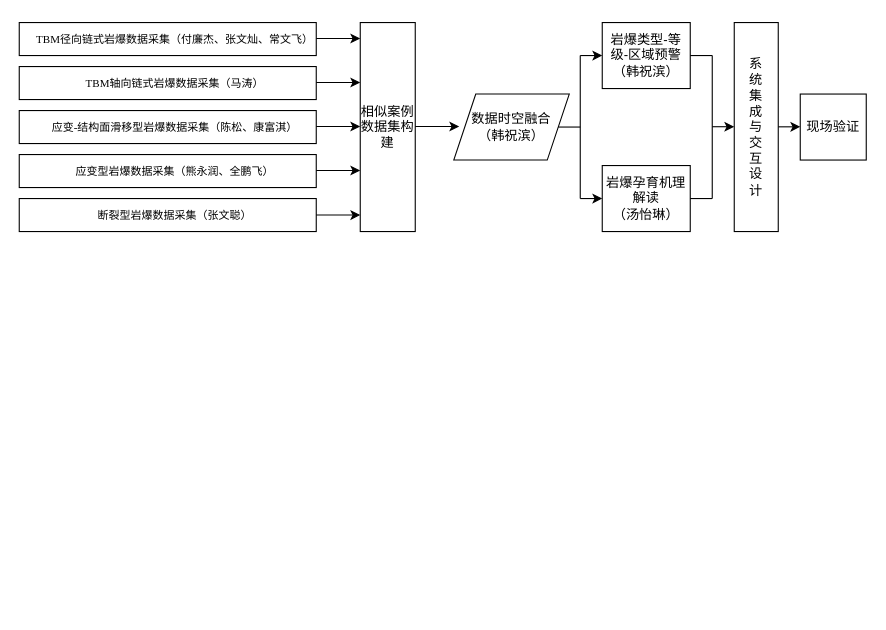
Before: 技术路线-机理大模型.drawio in hzb29/hzb29, a draw.io diagram. Source tidied: cells renumbered, new cells numbered last; positions are measured from the earlier drawing's top-left corner, leaving out a move shared by most shapes. Both pictures are drawn from the tidied source at 110%, with x=0, y=0 at pixel (19, 22).
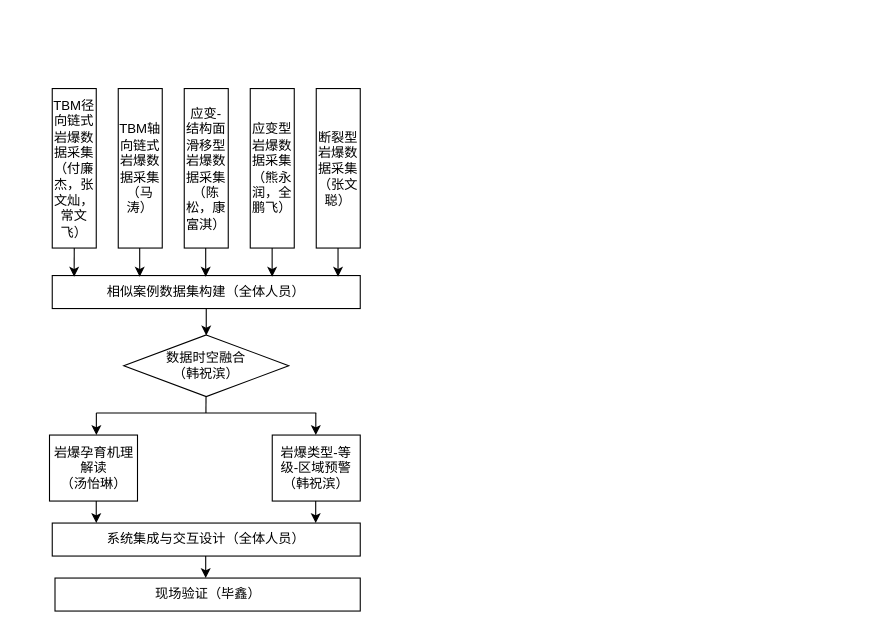
The same page after the edit.

Commit message:
更新技术路线-机理大模型.drawio

Change to the diagram source:
```diff
@@
-    <mxCell id="2" value="相似案例数据集构建" style="rounded=0;whiteSpace=wrap;html=1;" parent="1" vertex="1">
-      <mxGeometry x="310" width="50" height="190" as="geometry" />
+    <mxCell id="2" value="&lt;font face=&quot;仿宋_GB2312&quot;&gt;相似案例数据集构建（全体人员）&lt;/font&gt;" style="rounded=0;whiteSpace=wrap;html=1;" parent="1" vertex="1">
+      <mxGeometry x="30" y="230" width="280" height="30" as="geometry" />
     </mxCell>
-    <mxCell id="3" value="&lt;p style=&quot;margin: 0pt 0pt 0.0001pt; text-indent: 10pt; text-align: justify; line-height: 28pt; font-family: &amp;quot;Times New Roman&amp;quot;;&quot; class=&quot;MsoNormal&quot;&gt;&lt;font style=&quot;font-size: 10px;&quot;&gt;&lt;font&gt;&lt;font&gt;&lt;span style=&quot;font-family: 仿宋_GB2312;&quot;&gt;&lt;font face=&quot;Times New Roman&quot;&gt;TBM&lt;/font&gt;&lt;font face=&quot;仿宋_GB2312&quot;&gt;径向链式&lt;/font&gt;&lt;/span&gt;&lt;/font&gt;&lt;span style=&quot;text-indent: 10pt; font-family: 仿宋_GB2312;&quot;&gt;&lt;font face=&quot;仿宋_GB2312&quot;&gt;岩爆&lt;/font&gt;&lt;/span&gt;&lt;span style=&quot;text-indent: 10pt; font-family: 仿宋_GB2312;&quot;&gt;&lt;font face=&quot;仿宋_GB2312&quot;&gt;数据采集（&lt;/font&gt;&lt;/span&gt;&lt;/font&gt;&lt;span style=&quot;font-family: 仿宋_GB2312; text-indent: 10pt;&quot;&gt;付廉杰、张文灿、常文飞）&lt;/span&gt;&lt;/font&gt;&lt;/p&gt;" style="rounded=0;whiteSpace=wrap;html=1;" parent="1" vertex="1">
-      <mxGeometry width="270" height="30" as="geometry" />
-    </mxCell>
-    <mxCell id="4" value="&lt;p style=&quot;margin: 0pt 0pt 0.0001pt; text-indent: 10pt; text-align: justify; line-height: 28pt; font-family: &amp;quot;Times New Roman&amp;quot;;&quot; class=&quot;MsoNormal&quot;&gt;&lt;font style=&quot;font-size: 10px;&quot;&gt;&lt;font&gt;&lt;font&gt;&lt;span style=&quot;font-family: 仿宋_GB2312;&quot;&gt;&lt;font face=&quot;Times New Roman&quot;&gt;TBM轴&lt;/font&gt;&lt;font face=&quot;仿宋_GB2312&quot;&gt;向链式&lt;/font&gt;&lt;/span&gt;&lt;/font&gt;&lt;span style=&quot;text-indent: 10pt; font-family: 仿宋_GB2312;&quot;&gt;&lt;font face=&quot;仿宋_GB2312&quot;&gt;岩爆&lt;/font&gt;&lt;/span&gt;&lt;span style=&quot;text-indent: 10pt; font-family: 仿宋_GB2312;&quot;&gt;&lt;font face=&quot;仿宋_GB2312&quot;&gt;数据采集（马涛&lt;/font&gt;&lt;/span&gt;&lt;/font&gt;&lt;span style=&quot;font-family: 仿宋_GB2312; text-indent: 10pt;&quot;&gt;）&lt;/span&gt;&lt;/font&gt;&lt;/p&gt;" style="rounded=0;whiteSpace=wrap;html=1;" parent="1" vertex="1">
-      <mxGeometry y="40" width="270" height="30" as="geometry" />
-    </mxCell>
-    <mxCell id="5" value="&lt;p style=&quot;margin: 0pt 0pt 0.0001pt; text-indent: 10pt; text-align: justify; line-height: 28pt; font-family: &amp;quot;Times New Roman&amp;quot;;&quot; class=&quot;MsoNormal&quot;&gt;&lt;font style=&quot;font-size: 10px;&quot;&gt;&lt;span style=&quot;font-family: 仿宋_GB2312;&quot;&gt;&lt;font face=&quot;仿宋_GB2312&quot;&gt;应变&lt;/font&gt;&lt;font face=&quot;Times New Roman&quot;&gt;-&lt;/font&gt;&lt;font face=&quot;仿宋_GB2312&quot;&gt;结构面滑移型岩爆&lt;/font&gt;&lt;/span&gt;&lt;span style=&quot;font-family: 仿宋_GB2312;&quot;&gt;&lt;font face=&quot;仿宋_GB2312&quot;&gt;数据采集（&lt;/font&gt;&lt;/span&gt;&lt;span style=&quot;font-family: 仿宋_GB2312; text-indent: 10pt;&quot;&gt;陈松、康富淇）&lt;/span&gt;&lt;/font&gt;&lt;/p&gt;" style="rounded=0;whiteSpace=wrap;html=1;" parent="1" vertex="1">
-      <mxGeometry y="80" width="270" height="30" as="geometry" />
-    </mxCell>
-    <mxCell id="6" value="&lt;p style=&quot;margin: 0pt 0pt 0.0001pt; text-indent: 10pt; text-align: justify; line-height: 28pt; font-family: &amp;quot;Times New Roman&amp;quot;;&quot; class=&quot;MsoNormal&quot;&gt;&lt;font style=&quot;font-size: 10px;&quot;&gt;&lt;span style=&quot;font-family: 仿宋_GB2312;&quot;&gt;&lt;font face=&quot;仿宋_GB2312&quot;&gt;应变型岩爆&lt;/font&gt;&lt;/span&gt;&lt;span style=&quot;font-family: 仿宋_GB2312;&quot;&gt;&lt;font face=&quot;仿宋_GB2312&quot;&gt;数据采集（&lt;/font&gt;&lt;/span&gt;&lt;span style=&quot;font-family: 仿宋_GB2312; text-indent: 10pt;&quot;&gt;熊永润、全鹏飞）&lt;/span&gt;&lt;/font&gt;&lt;/p&gt;" style="rounded=0;whiteSpace=wrap;html=1;" parent="1" vertex="1">
-      <mxGeometry y="120" width="270" height="30" as="geometry" />
-    </mxCell>
-    <mxCell id="7" value="&lt;p style=&quot;margin: 0pt 0pt 0.0001pt; text-indent: 10pt; text-align: justify; line-height: 28pt; font-family: &amp;quot;Times New Roman&amp;quot;;&quot; class=&quot;MsoNormal&quot;&gt;&lt;font style=&quot;font-size: 10px;&quot;&gt;&lt;span style=&quot;font-family: 仿宋_GB2312;&quot;&gt;&lt;font face=&quot;仿宋_GB2312&quot;&gt;断裂型岩爆&lt;/font&gt;&lt;/span&gt;&lt;span style=&quot;font-family: 仿宋_GB2312;&quot;&gt;&lt;font face=&quot;仿宋_GB2312&quot;&gt;数据采集（&lt;/font&gt;&lt;/span&gt;&lt;span style=&quot;font-family: 仿宋_GB2312; text-indent: 10pt;&quot;&gt;张文聪）&lt;/span&gt;&lt;/font&gt;&lt;/p&gt;" style="rounded=0;whiteSpace=wrap;html=1;" parent="1" vertex="1">
-      <mxGeometry y="160" width="270" height="30" as="geometry" />
-    </mxCell>
-    <mxCell id="8" style="endArrow=classic;html=1;rounded=0;exitX=1;exitY=0.5;exitDx=0;exitDy=0;" parent="1" edge="1" source="7">
-      <mxGeometry relative="1" as="geometry">
-        <mxPoint x="310" y="175" as="targetPoint" />
-      </mxGeometry>
-    </mxCell>
-    <mxCell id="9" style="endArrow=classic;html=1;rounded=0;exitX=1;exitY=0.5;exitDx=0;exitDy=0;" parent="1" edge="1">
-      <mxGeometry relative="1" as="geometry">
-        <mxPoint x="270" y="134.5" as="sourcePoint" />
-        <mxPoint x="310" y="134.5" as="targetPoint" />
-      </mxGeometry>
-    </mxCell>
-    <mxCell id="10" style="endArrow=classic;html=1;rounded=0;exitX=1;exitY=0.5;exitDx=0;exitDy=0;" parent="1" edge="1">
-      <mxGeometry relative="1" as="geometry">
-        <mxPoint x="270" y="94.5" as="sourcePoint" />
-        <mxPoint x="310" y="94.5" as="targetPoint" />
-      </mxGeometry>
-    </mxCell>
-    <mxCell id="11" style="endArrow=classic;html=1;rounded=0;exitX=1;exitY=0.5;exitDx=0;exitDy=0;" parent="1" edge="1">
-      <mxGeometry relative="1" as="geometry">
-        <mxPoint x="270" y="54.5" as="sourcePoint" />
-        <mxPoint x="310" y="54.5" as="targetPoint" />
-      </mxGeometry>
-    </mxCell>
-    <mxCell id="12" style="endArrow=classic;html=1;rounded=0;exitX=1;exitY=0.5;exitDx=0;exitDy=0;" parent="1" edge="1">
-      <mxGeometry relative="1" as="geometry">
-        <mxPoint x="270" y="14.5" as="sourcePoint" />
-        <mxPoint x="310" y="14.5" as="targetPoint" />
-      </mxGeometry>
-    </mxCell>
-    <mxCell id="13" value="数据时空融合&lt;div&gt;（韩祝滨）&lt;/div&gt;" style="shape=parallelogram;perimeter=parallelogramPerimeter;whiteSpace=wrap;html=1;fixedSize=1;" parent="1" vertex="1">
-      <mxGeometry x="395" y="65" width="105" height="60" as="geometry" />
-    </mxCell>
-    <mxCell id="14" style="endArrow=classic;html=1;rounded=0;exitX=1;exitY=0.5;exitDx=0;exitDy=0;" parent="1" edge="1">
+    <mxCell id="14" style="endArrow=classic;html=1;rounded=0;exitX=0.5;exitY=1;exitDx=0;exitDy=0;entryX=0.5;entryY=0;entryDx=0;entryDy=0;" parent="1" edge="1" source="2">
       <mxGeometry relative="1" as="geometry">
-        <mxPoint x="360" y="94.5" as="sourcePoint" />
-        <mxPoint x="400" y="94.5" as="targetPoint" />
+        <mxPoint x="170" y="284.5" as="targetPoint" />
       </mxGeometry>
     </mxCell>
-    <mxCell id="15" value="岩爆类型-等级-区域预警&lt;div&gt;（韩祝滨）&lt;/div&gt;" style="rounded=0;whiteSpace=wrap;html=1;" parent="1" vertex="1">
-      <mxGeometry x="530" width="80" height="60" as="geometry" />
+    <mxCell id="15" value="&lt;font face=&quot;仿宋_GB2312&quot;&gt;岩爆类型-等级-区域预警&lt;/font&gt;&lt;div&gt;&lt;font face=&quot;仿宋_GB2312&quot;&gt;（韩祝滨）&lt;/font&gt;&lt;/div&gt;" style="rounded=0;whiteSpace=wrap;html=1;" parent="1" vertex="1">
+      <mxGeometry x="230" y="375" width="80" height="60" as="geometry" />
     </mxCell>
-    <mxCell id="16" value="岩爆孕育机理解读&lt;div&gt;（汤怡琳）&lt;/div&gt;" style="rounded=0;whiteSpace=wrap;html=1;" parent="1" vertex="1">
-      <mxGeometry x="530" y="130" width="80" height="60" as="geometry" />
+    <mxCell id="16" value="&lt;font face=&quot;仿宋_GB2312&quot;&gt;岩爆孕育机理解读&lt;/font&gt;&lt;div&gt;&lt;font face=&quot;仿宋_GB2312&quot;&gt;（汤怡琳）&lt;/font&gt;&lt;/div&gt;" style="rounded=0;whiteSpace=wrap;html=1;" parent="1" vertex="1">
+      <mxGeometry x="27.5" y="375" width="80" height="60" as="geometry" />
     </mxCell>
-    <mxCell id="17" style="endArrow=classic;html=1;rounded=0;entryX=0;entryY=0.5;entryDx=0;entryDy=0;" parent="1" edge="1" target="15">
-      <mxGeometry relative="1" as="geometry">
-        <mxPoint x="510" y="30" as="sourcePoint" />
-      </mxGeometry>
-    </mxCell>
-    <mxCell id="18" style="endArrow=classic;html=1;rounded=0;entryX=0;entryY=0.5;entryDx=0;entryDy=0;" parent="1" edge="1">
-      <mxGeometry relative="1" as="geometry">
-        <mxPoint x="510" y="160" as="sourcePoint" />
-        <mxPoint x="530" y="160" as="targetPoint" />
-      </mxGeometry>
-    </mxCell>
-    <mxCell id="19" style="endArrow=none;html=1;rounded=0;" parent="1" edge="1">
-      <mxGeometry relative="1" as="geometry">
-        <mxPoint x="510" y="160" as="sourcePoint" />
-        <mxPoint x="510" y="30" as="targetPoint" />
-      </mxGeometry>
-    </mxCell>
-    <mxCell id="20" style="endArrow=none;html=1;rounded=0;exitX=1;exitY=0.5;exitDx=0;exitDy=0;" parent="1" edge="1" source="13">
-      <mxGeometry relative="1" as="geometry">
-        <mxPoint x="510" y="95" as="targetPoint" />
-      </mxGeometry>
-    </mxCell>
-    <mxCell id="21" value="系&lt;div&gt;统&lt;/div&gt;&lt;div&gt;集&lt;/div&gt;&lt;div&gt;成&lt;/div&gt;&lt;div&gt;与&lt;/div&gt;&lt;div&gt;交&lt;/div&gt;&lt;div&gt;互&lt;/div&gt;&lt;div&gt;设&lt;/div&gt;&lt;div&gt;计&lt;/div&gt;" style="rounded=0;whiteSpace=wrap;html=1;" parent="1" vertex="1">
-      <mxGeometry x="650" width="40" height="190" as="geometry" />
+    <mxCell id="21" value="&lt;font face=&quot;仿宋_GB2312&quot;&gt;系统集成与交互设计（全体人员）&lt;/font&gt;" style="rounded=0;whiteSpace=wrap;html=1;" parent="1" vertex="1">
+      <mxGeometry x="30" y="455" width="280" height="30" as="geometry" />
     </mxCell>
-    <mxCell id="22" style="endArrow=none;html=1;rounded=0;" parent="1" edge="1">
-      <mxGeometry relative="1" as="geometry">
-        <mxPoint x="630" y="160" as="sourcePoint" />
-        <mxPoint x="630" y="30" as="targetPoint" />
-      </mxGeometry>
-    </mxCell>
-    <mxCell id="23" style="endArrow=none;html=1;rounded=0;entryX=1;entryY=0.5;entryDx=0;entryDy=0;" parent="1" edge="1" target="15">
-      <mxGeometry relative="1" as="geometry">
-        <mxPoint x="630" y="30" as="sourcePoint" />
-      </mxGeometry>
-    </mxCell>
-    <mxCell id="24" style="endArrow=none;html=1;rounded=0;entryX=1;entryY=0.5;entryDx=0;entryDy=0;" parent="1" edge="1" target="16">
-      <mxGeometry relative="1" as="geometry">
-        <mxPoint x="630" y="160" as="sourcePoint" />
-      </mxGeometry>
-    </mxCell>
-    <mxCell id="25" style="endArrow=classic;html=1;rounded=0;entryX=0;entryY=0.5;entryDx=0;entryDy=0;" parent="1" edge="1">
-      <mxGeometry relative="1" as="geometry">
-        <mxPoint x="630" y="94.7" as="sourcePoint" />
-        <mxPoint x="650" y="94.7" as="targetPoint" />
-      </mxGeometry>
-    </mxCell>
-    <mxCell id="26" value="现场验证" style="rounded=0;whiteSpace=wrap;html=1;" parent="1" vertex="1">
-      <mxGeometry x="710" y="65" width="60" height="60" as="geometry" />
+    <mxCell id="26" value="&lt;font face=&quot;仿宋_GB2312&quot;&gt;现场验证（毕鑫）&lt;/font&gt;" style="rounded=0;whiteSpace=wrap;html=1;" parent="1" vertex="1">
+      <mxGeometry x="32.5" y="505" width="277.5" height="30" as="geometry" />
     </mxCell>
-    <mxCell id="27" style="endArrow=classic;html=1;rounded=0;entryX=0;entryY=0.5;entryDx=0;entryDy=0;" parent="1" edge="1">
+    <mxCell id="27" style="endArrow=classic;html=1;rounded=0;" parent="1" edge="1">
       <mxGeometry relative="1" as="geometry">
-        <mxPoint x="690" y="94.8" as="sourcePoint" />
-        <mxPoint x="710" y="94.8" as="targetPoint" />
+        <mxPoint x="269.5" y="435" as="sourcePoint" />
+        <mxPoint x="269.5" y="455" as="targetPoint" />
       </mxGeometry>
     </mxCell>
+    <mxCell id="28" value="&lt;font face=&quot;仿宋_GB2312&quot;&gt;TBM径向链式岩爆数据采集（付廉杰，张文灿，常文飞）&lt;/font&gt;" style="rounded=0;whiteSpace=wrap;html=1;" parent="1" vertex="1">
+      <mxGeometry x="30" y="60" width="40" height="145" as="geometry" />
+    </mxCell>
+    <mxCell id="29" value="&lt;font face=&quot;仿宋_GB2312&quot;&gt;TBM轴向链式岩爆数据采集（马涛）&lt;/font&gt;" style="rounded=0;whiteSpace=wrap;html=1;" parent="1" vertex="1">
+      <mxGeometry x="90" y="60" width="40" height="145" as="geometry" />
+    </mxCell>
+    <mxCell id="30" value="&lt;font face=&quot;仿宋_GB2312&quot;&gt;应变-结构面滑移型岩爆数据采集（陈松，康富淇）&lt;/font&gt;" style="rounded=0;whiteSpace=wrap;html=1;" parent="1" vertex="1">
+      <mxGeometry x="150" y="60" width="40" height="145" as="geometry" />
+    </mxCell>
+    <mxCell id="31" value="&lt;font face=&quot;仿宋_GB2312&quot;&gt;应变型岩爆数据采集（熊永润，全鹏飞）&lt;/font&gt;" style="rounded=0;whiteSpace=wrap;html=1;" parent="1" vertex="1">
+      <mxGeometry x="210" y="60" width="40" height="145" as="geometry" />
+    </mxCell>
+    <mxCell id="32" value="&lt;font face=&quot;仿宋_GB2312&quot;&gt;断裂型岩爆数据采集（张文聪）&lt;/font&gt;" style="rounded=0;whiteSpace=wrap;html=1;" parent="1" vertex="1">
+      <mxGeometry x="270" y="60" width="40" height="145" as="geometry" />
+    </mxCell>
+    <mxCell id="33" style="endArrow=classic;html=1;rounded=0;exitX=0.5;exitY=1;exitDx=0;exitDy=0;entryX=0.071;entryY=0.033;entryDx=0;entryDy=0;entryPerimeter=0;" parent="1" edge="1" source="28" target="2">
+      <mxGeometry relative="1" as="geometry" />
+    </mxCell>
+    <mxCell id="34" style="endArrow=classic;html=1;rounded=0;exitX=0.5;exitY=1;exitDx=0;exitDy=0;entryX=0.071;entryY=0.033;entryDx=0;entryDy=0;entryPerimeter=0;" parent="1" edge="1">
+      <mxGeometry relative="1" as="geometry">
+        <mxPoint x="109.5" y="205" as="sourcePoint" />
+        <mxPoint x="109.5" y="231" as="targetPoint" />
+      </mxGeometry>
+    </mxCell>
+    <mxCell id="35" style="endArrow=classic;html=1;rounded=0;exitX=0.5;exitY=1;exitDx=0;exitDy=0;entryX=0.071;entryY=0.033;entryDx=0;entryDy=0;entryPerimeter=0;" parent="1" edge="1">
+      <mxGeometry relative="1" as="geometry">
+        <mxPoint x="169.5" y="205" as="sourcePoint" />
+        <mxPoint x="169.5" y="231" as="targetPoint" />
+      </mxGeometry>
+    </mxCell>
+    <mxCell id="36" style="endArrow=classic;html=1;rounded=0;exitX=0.5;exitY=1;exitDx=0;exitDy=0;entryX=0.071;entryY=0.033;entryDx=0;entryDy=0;entryPerimeter=0;" parent="1" edge="1">
+      <mxGeometry relative="1" as="geometry">
+        <mxPoint x="229.9" y="205" as="sourcePoint" />
+        <mxPoint x="229.9" y="231" as="targetPoint" />
+      </mxGeometry>
+    </mxCell>
+    <mxCell id="37" style="endArrow=classic;html=1;rounded=0;exitX=0.5;exitY=1;exitDx=0;exitDy=0;entryX=0.071;entryY=0.033;entryDx=0;entryDy=0;entryPerimeter=0;" parent="1" edge="1">
+      <mxGeometry relative="1" as="geometry">
+        <mxPoint x="289.8" y="205" as="sourcePoint" />
+        <mxPoint x="289.8" y="231" as="targetPoint" />
+      </mxGeometry>
+    </mxCell>
+    <mxCell id="38" style="endArrow=classic;html=1;rounded=0;" parent="1" edge="1">
+      <mxGeometry relative="1" as="geometry">
+        <mxPoint x="70" y="435" as="sourcePoint" />
+        <mxPoint x="70" y="455" as="targetPoint" />
+      </mxGeometry>
+    </mxCell>
+    <mxCell id="39" style="endArrow=classic;html=1;rounded=0;" parent="1" edge="1">
+      <mxGeometry relative="1" as="geometry">
+        <mxPoint x="169.5" y="485" as="sourcePoint" />
+        <mxPoint x="169.5" y="505" as="targetPoint" />
+      </mxGeometry>
+    </mxCell>
+    <mxCell id="40" style="endArrow=classic;html=1;rounded=0;" parent="1" edge="1">
+      <mxGeometry relative="1" as="geometry">
+        <mxPoint x="269.6" y="355" as="sourcePoint" />
+        <mxPoint x="269.6" y="375" as="targetPoint" />
+      </mxGeometry>
+    </mxCell>
+    <mxCell id="41" style="endArrow=classic;html=1;rounded=0;" parent="1" edge="1">
+      <mxGeometry relative="1" as="geometry">
+        <mxPoint x="70.1" y="355" as="sourcePoint" />
+        <mxPoint x="70.1" y="375" as="targetPoint" />
+      </mxGeometry>
+    </mxCell>
+    <mxCell id="42" style="endArrow=none;html=1;rounded=0;" parent="1" edge="1">
+      <mxGeometry relative="1" as="geometry">
+        <mxPoint x="70" y="355" as="sourcePoint" />
+        <mxPoint x="270" y="355" as="targetPoint" />
+      </mxGeometry>
+    </mxCell>
+    <mxCell id="43" style="endArrow=none;html=1;rounded=0;exitX=0.593;exitY=1.002;exitDx=0;exitDy=0;exitPerimeter=0;" parent="1" edge="1">
+      <mxGeometry relative="1" as="geometry">
+        <mxPoint x="169.8" y="339.6" as="sourcePoint" />
+        <mxPoint x="169.7" y="355" as="targetPoint" />
+      </mxGeometry>
+    </mxCell>
+    <mxCell id="13" value="&lt;font face=&quot;仿宋_GB2312&quot;&gt;数据时空融合&lt;/font&gt;&lt;div&gt;&lt;font face=&quot;仿宋_GB2312&quot;&gt;（韩祝滨）&lt;/font&gt;&lt;/div&gt;" style="rhombus;whiteSpace=wrap;html=1;" parent="1" vertex="1">
+      <mxGeometry x="95" y="284" width="150" height="56" as="geometry" />
+    </mxCell>
```
